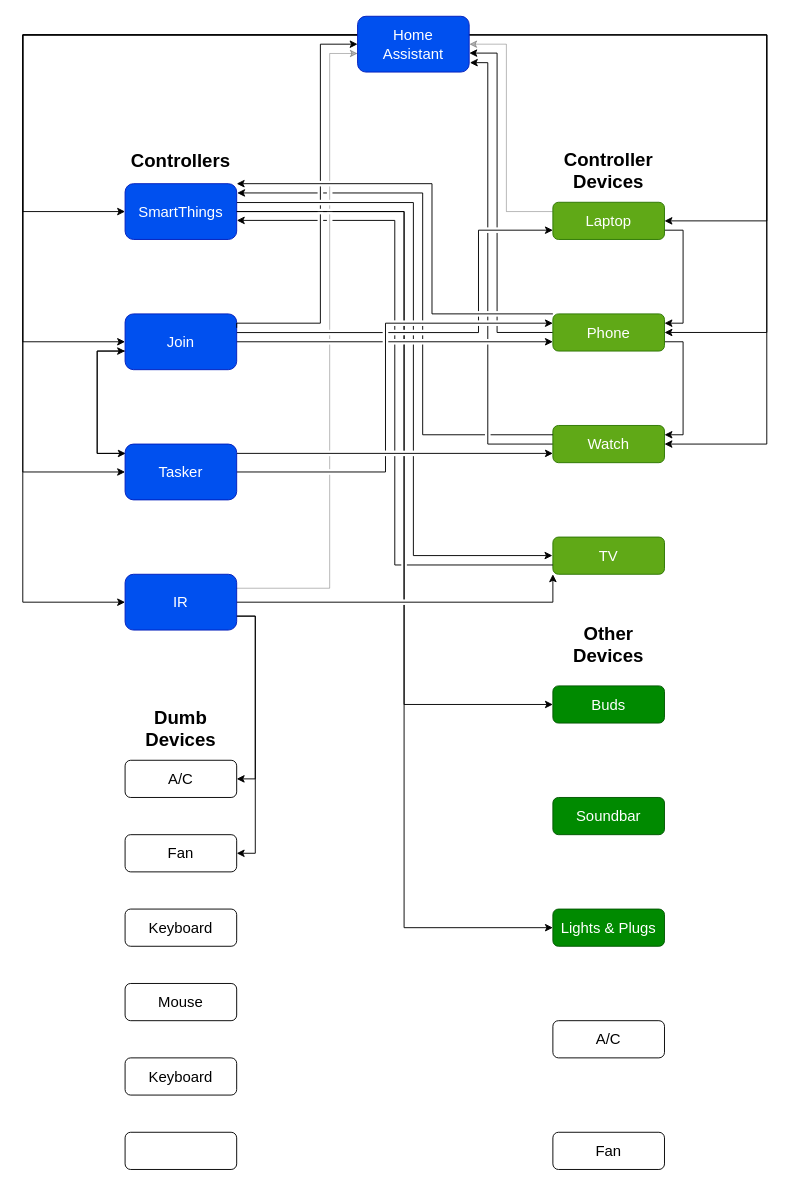
Earlier version of the draw.io diagram Untitled Diagram.drawio (epicnerd1990/mytechlife). Source tidied: cells renumbered, new cells numbered last; positions are measured from the earlier drawing's top-left corner, leaving out a move shared by most shapes. Both pictures are drawn from the tidied source at 93%, with x=0, y=0 at pixel (22, 16).
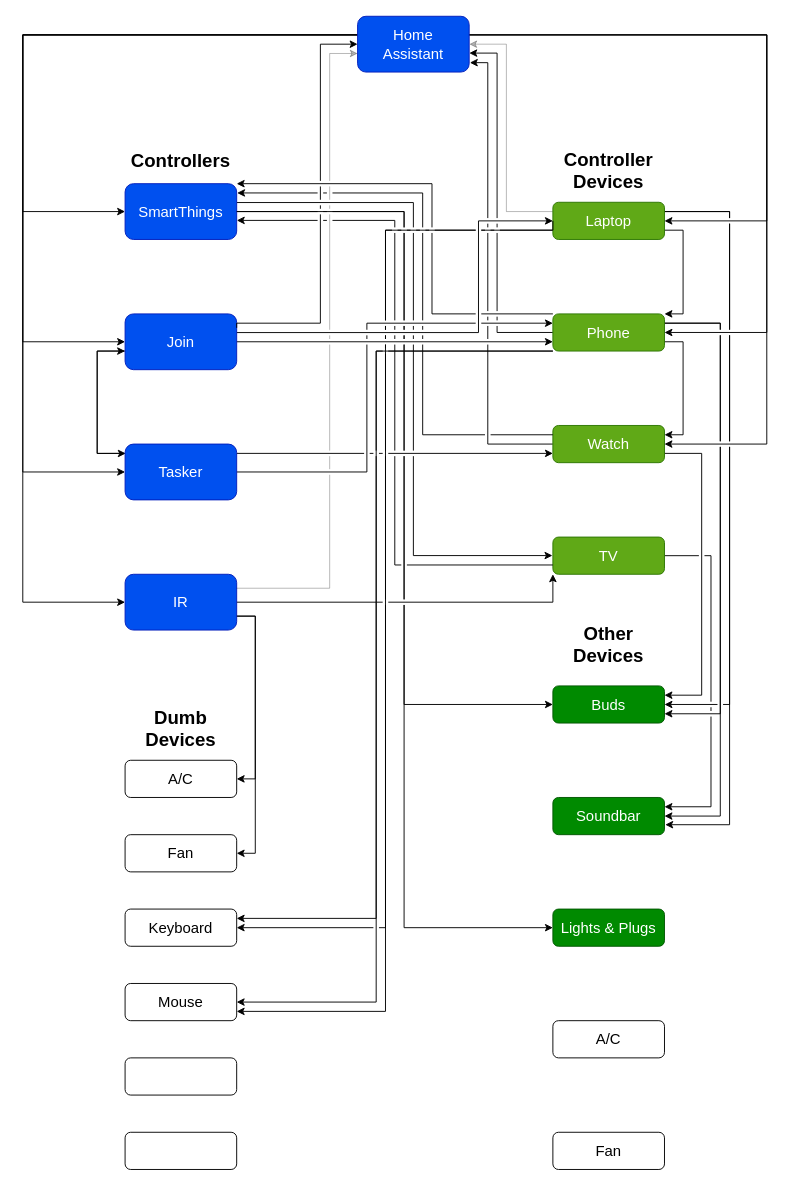
The same diagram, later.

Unchanged cells that the change refers to:
```xml
<mxCell id="10" value="Join" style="rounded=1;whiteSpace=wrap;html=1;fontSize=16;fontStyle=0;fillColor=#0050ef;fontColor=#ffffff;strokeColor=#001DBC;" parent="1" vertex="1">
  <mxGeometry x="110" y="320" width="120" height="60" as="geometry" />
</mxCell>
<mxCell id="25" value="Tasker" style="rounded=1;whiteSpace=wrap;html=1;fontSize=16;fontStyle=0;fillColor=#0050ef;fontColor=#ffffff;strokeColor=#001DBC;" parent="1" vertex="1">
  <mxGeometry x="110" y="460" width="120" height="60" as="geometry" />
</mxCell>
<mxCell id="28" value="Watch" style="rounded=1;whiteSpace=wrap;html=1;fontSize=16;fontStyle=0;fillColor=#60a917;fontColor=#ffffff;strokeColor=#2D7600;" parent="1" vertex="1">
  <mxGeometry x="570" y="440" width="120" height="40" as="geometry" />
</mxCell>
<mxCell id="31" value="Phone" style="rounded=1;whiteSpace=wrap;html=1;fontSize=16;fontStyle=0;fillColor=#60a917;fontColor=#ffffff;strokeColor=#2D7600;" parent="1" vertex="1">
  <mxGeometry x="570" y="320" width="120" height="40" as="geometry" />
</mxCell>
<mxCell id="34" value="Laptop&lt;br&gt;" style="rounded=1;whiteSpace=wrap;html=1;fontSize=16;fontStyle=0;fillColor=#60a917;fontColor=#ffffff;strokeColor=#2D7600;" parent="1" vertex="1">
  <mxGeometry x="570" y="200" width="120" height="40" as="geometry" />
</mxCell>
<mxCell id="35" value="Soundbar" style="rounded=1;whiteSpace=wrap;html=1;fontSize=16;fontStyle=0;fillColor=#008a00;fontColor=#ffffff;strokeColor=#005700;" parent="1" vertex="1">
  <mxGeometry x="570" y="840" width="120" height="40" as="geometry" />
</mxCell>
<mxCell id="36" value="TV" style="rounded=1;whiteSpace=wrap;html=1;fontSize=16;fontStyle=0;fillColor=#60a917;fontColor=#ffffff;strokeColor=#2D7600;" parent="1" vertex="1">
  <mxGeometry x="570" y="560" width="120" height="40" as="geometry" />
</mxCell>
<mxCell id="37" value="Buds" style="rounded=1;whiteSpace=wrap;html=1;fontSize=16;fontStyle=0;fillColor=#008a00;fontColor=#ffffff;strokeColor=#005700;" parent="1" vertex="1">
  <mxGeometry x="570" y="720" width="120" height="40" as="geometry" />
</mxCell>
<mxCell id="42" value="Keyboard" style="rounded=1;whiteSpace=wrap;html=1;fontSize=16;fontStyle=0;" parent="1" vertex="1">
  <mxGeometry x="110" y="960" width="120" height="40" as="geometry" />
</mxCell>
<mxCell id="47" value="Mouse" style="rounded=1;whiteSpace=wrap;html=1;fontSize=16;fontStyle=0;" parent="1" vertex="1">
  <mxGeometry x="110" y="1040" width="120" height="40" as="geometry" />
</mxCell>
```

Diff of the diagram source:
```diff
@@
+    <mxCell id="55" style="edgeStyle=orthogonalEdgeStyle;shape=connector;rounded=0;jumpStyle=gap;jettySize=auto;html=1;exitX=0;exitY=1;exitDx=0;exitDy=0;entryX=1;entryY=0.25;entryDx=0;entryDy=0;labelBackgroundColor=default;strokeColor=default;fontFamily=Helvetica;fontSize=11;fontColor=default;endArrow=classic;" parent="1" edge="1" source="31" target="42">
+      <mxGeometry relative="1" as="geometry">
+        <Array as="points">
+          <mxPoint x="380" y="360" />
+          <mxPoint x="380" y="970" />
+        </Array>
+      </mxGeometry>
+    </mxCell>
+    <mxCell id="7" style="edgeStyle=orthogonalEdgeStyle;rounded=0;jettySize=auto;html=1;entryX=0;entryY=0.75;entryDx=0;entryDy=0;jumpStyle=gap;" parent="1" edge="1" source="10" target="31">
+      <mxGeometry relative="1" as="geometry" />
+    </mxCell>
+    <mxCell id="6" style="edgeStyle=orthogonalEdgeStyle;rounded=0;jettySize=auto;html=1;entryX=0;entryY=0.5;entryDx=0;entryDy=0;jumpStyle=gap;exitX=1;exitY=0.335;exitDx=0;exitDy=0;exitPerimeter=0;" parent="1" edge="1" source="10" target="34">
+      <mxGeometry relative="1" as="geometry">
+        <Array as="points">
+          <mxPoint x="490" y="340" />
+          <mxPoint x="490" y="220" />
+        </Array>
+      </mxGeometry>
+    </mxCell>
+    <mxCell id="5" style="edgeStyle=orthogonalEdgeStyle;shape=connector;rounded=0;jumpStyle=gap;jettySize=auto;html=1;labelBackgroundColor=default;strokeColor=default;fontFamily=Helvetica;fontSize=11;fontColor=default;endArrow=classic;" parent="1" edge="1" source="25" target="31">
+      <mxGeometry relative="1" as="geometry">
+        <Array as="points">
+          <mxPoint x="370" y="490" />
+          <mxPoint x="370" y="330" />
+        </Array>
+      </mxGeometry>
+    </mxCell>
+    <mxCell id="56" style="edgeStyle=orthogonalEdgeStyle;shape=connector;rounded=0;jumpStyle=gap;jettySize=auto;html=1;exitX=0;exitY=0.75;exitDx=0;exitDy=0;labelBackgroundColor=default;strokeColor=default;fontFamily=Helvetica;fontSize=11;fontColor=default;endArrow=classic;" parent="1" edge="1" source="34">
+      <mxGeometry relative="1" as="geometry">
+        <mxPoint x="230" y="1070" as="targetPoint" />
+        <Array as="points">
+          <mxPoint x="390" y="230" />
+          <mxPoint x="390" y="1070" />
+        </Array>
+      </mxGeometry>
+    </mxCell>
+    <mxCell id="3" style="edgeStyle=orthogonalEdgeStyle;shape=connector;rounded=0;jumpStyle=gap;jettySize=auto;html=1;labelBackgroundColor=default;strokeColor=default;fontFamily=Helvetica;fontSize=11;fontColor=default;endArrow=classic;" parent="1" edge="1" source="25" target="28">
+      <mxGeometry relative="1" as="geometry">
+        <Array as="points">
+          <mxPoint x="540" y="470" />
+          <mxPoint x="540" y="470" />
+        </Array>
+      </mxGeometry>
+    </mxCell>
+    <mxCell id="57" style="edgeStyle=orthogonalEdgeStyle;shape=connector;rounded=0;jumpStyle=gap;orthogonalLoop=1;jettySize=auto;html=1;exitX=0;exitY=1;exitDx=0;exitDy=0;entryX=1;entryY=0.5;entryDx=0;entryDy=0;labelBackgroundColor=default;strokeColor=default;fontFamily=Helvetica;fontSize=11;fontColor=default;endArrow=classic;" parent="1" edge="1">
+      <mxGeometry relative="1" as="geometry">
+        <mxPoint x="570" y="360" as="sourcePoint" />
+        <mxPoint x="230" y="1060" as="targetPoint" />
+        <Array as="points">
+          <mxPoint x="380" y="360" />
+          <mxPoint x="380" y="1060" />
+        </Array>
+      </mxGeometry>
+    </mxCell>
@@
-    <mxCell id="3" style="edgeStyle=orthogonalEdgeStyle;shape=connector;rounded=0;jumpStyle=gap;jettySize=auto;html=1;labelBackgroundColor=default;strokeColor=default;fontFamily=Helvetica;fontSize=11;fontColor=default;endArrow=classic;" parent="1" edge="1" source="25" target="28">
-      <mxGeometry relative="1" as="geometry">
-        <Array as="points">
-          <mxPoint x="540" y="470" />
-          <mxPoint x="540" y="470" />
-        </Array>
-      </mxGeometry>
-    </mxCell>
@@
-    <mxCell id="5" style="edgeStyle=orthogonalEdgeStyle;shape=connector;rounded=0;jumpStyle=gap;jettySize=auto;html=1;labelBackgroundColor=default;strokeColor=default;fontFamily=Helvetica;fontSize=11;fontColor=default;endArrow=classic;" parent="1" edge="1" source="25" target="31">
-      <mxGeometry relative="1" as="geometry">
-        <Array as="points">
-          <mxPoint x="390" y="490" />
-          <mxPoint x="390" y="330" />
-        </Array>
-      </mxGeometry>
-    </mxCell>
-    <mxCell id="6" style="edgeStyle=orthogonalEdgeStyle;rounded=0;jettySize=auto;html=1;entryX=0;entryY=0.75;entryDx=0;entryDy=0;jumpStyle=gap;exitX=1;exitY=0.335;exitDx=0;exitDy=0;exitPerimeter=0;" parent="1" edge="1" source="10" target="34">
-      <mxGeometry relative="1" as="geometry">
-        <Array as="points">
-          <mxPoint x="490" y="340" />
-          <mxPoint x="490" y="230" />
-        </Array>
-      </mxGeometry>
-    </mxCell>
-    <mxCell id="7" style="edgeStyle=orthogonalEdgeStyle;rounded=0;jettySize=auto;html=1;entryX=0;entryY=0.75;entryDx=0;entryDy=0;jumpStyle=gap;" parent="1" edge="1" source="10" target="31">
-      <mxGeometry relative="1" as="geometry" />
-    </mxCell>
@@
+    <mxCell id="58" style="edgeStyle=orthogonalEdgeStyle;shape=connector;rounded=0;jumpStyle=gap;jettySize=auto;html=1;exitX=1;exitY=0.75;exitDx=0;exitDy=0;labelBackgroundColor=default;strokeColor=default;fontFamily=Helvetica;fontSize=11;fontColor=default;endArrow=classic;entryX=1;entryY=0.25;entryDx=0;entryDy=0;" parent="1" edge="1" source="28" target="37">
+      <mxGeometry relative="1" as="geometry">
+        <Array as="points">
+          <mxPoint x="730" y="470" />
+          <mxPoint x="730" y="730" />
+        </Array>
+      </mxGeometry>
+    </mxCell>
@@
+    <mxCell id="59" style="edgeStyle=orthogonalEdgeStyle;shape=connector;rounded=0;jumpStyle=gap;jettySize=auto;html=1;exitX=1;exitY=0.25;exitDx=0;exitDy=0;entryX=1;entryY=0.75;entryDx=0;entryDy=0;labelBackgroundColor=default;strokeColor=default;fontFamily=Helvetica;fontSize=11;fontColor=default;endArrow=classic;" parent="1" edge="1" source="31" target="37">
+      <mxGeometry relative="1" as="geometry">
+        <Array as="points">
+          <mxPoint x="750" y="330" />
+          <mxPoint x="750" y="750" />
+        </Array>
+      </mxGeometry>
+    </mxCell>
+    <mxCell id="60" style="edgeStyle=orthogonalEdgeStyle;shape=connector;rounded=0;jumpStyle=gap;jettySize=auto;html=1;exitX=1;exitY=0.25;exitDx=0;exitDy=0;entryX=1;entryY=0.5;entryDx=0;entryDy=0;labelBackgroundColor=default;strokeColor=default;fontFamily=Helvetica;fontSize=11;fontColor=default;endArrow=classic;" parent="1" edge="1" source="31" target="35">
+      <mxGeometry relative="1" as="geometry">
+        <Array as="points">
+          <mxPoint x="750" y="330" />
+          <mxPoint x="750" y="860" />
+        </Array>
+      </mxGeometry>
+    </mxCell>
@@
-    <mxCell id="33" style="edgeStyle=orthogonalEdgeStyle;shape=connector;rounded=0;jumpStyle=gap;jettySize=auto;html=1;exitX=1;exitY=0.75;exitDx=0;exitDy=0;entryX=1;entryY=0.25;entryDx=0;entryDy=0;labelBackgroundColor=default;strokeColor=default;fontFamily=Helvetica;fontSize=11;fontColor=default;endArrow=classic;" parent="1" edge="1" source="34" target="31">
-      <mxGeometry relative="1" as="geometry" />
+    <mxCell id="33" style="edgeStyle=orthogonalEdgeStyle;shape=connector;rounded=0;jumpStyle=gap;jettySize=auto;html=1;exitX=1;exitY=0.75;exitDx=0;exitDy=0;labelBackgroundColor=default;strokeColor=default;fontFamily=Helvetica;fontSize=11;fontColor=default;endArrow=classic;" parent="1" edge="1" source="34">
+      <mxGeometry relative="1" as="geometry">
+        <mxPoint x="690" y="320" as="targetPoint" />
+        <Array as="points">
+          <mxPoint x="710" y="230" />
+          <mxPoint x="710" y="320" />
+          <mxPoint x="690" y="320" />
+        </Array>
+      </mxGeometry>
     </mxCell>
+    <mxCell id="61" style="edgeStyle=orthogonalEdgeStyle;shape=connector;rounded=0;jumpStyle=gap;jettySize=auto;html=1;exitX=1;exitY=0.25;exitDx=0;exitDy=0;entryX=1;entryY=0.5;entryDx=0;entryDy=0;labelBackgroundColor=default;strokeColor=default;fontFamily=Helvetica;fontSize=11;fontColor=default;endArrow=classic;" parent="1" edge="1" source="34" target="37">
+      <mxGeometry relative="1" as="geometry">
+        <Array as="points">
+          <mxPoint x="760" y="210" />
+          <mxPoint x="760" y="740" />
+        </Array>
+      </mxGeometry>
+    </mxCell>
+    <mxCell id="62" style="edgeStyle=orthogonalEdgeStyle;shape=connector;rounded=0;jumpStyle=gap;jettySize=auto;html=1;exitX=1;exitY=0.25;exitDx=0;exitDy=0;entryX=1.007;entryY=0.732;entryDx=0;entryDy=0;labelBackgroundColor=default;strokeColor=default;fontFamily=Helvetica;fontSize=11;fontColor=default;endArrow=classic;entryPerimeter=0;" parent="1" edge="1" source="34" target="35">
+      <mxGeometry relative="1" as="geometry">
+        <Array as="points">
+          <mxPoint x="760" y="210" />
+          <mxPoint x="760" y="870" />
+          <mxPoint x="691" y="870" />
+        </Array>
+      </mxGeometry>
+    </mxCell>
@@
+    <mxCell id="63" style="edgeStyle=orthogonalEdgeStyle;shape=connector;rounded=0;jumpStyle=gap;jettySize=auto;html=1;exitX=1;exitY=0.5;exitDx=0;exitDy=0;entryX=1;entryY=0.25;entryDx=0;entryDy=0;labelBackgroundColor=default;strokeColor=default;fontFamily=Helvetica;fontSize=11;fontColor=default;endArrow=classic;" parent="1" edge="1" source="36" target="35">
+      <mxGeometry relative="1" as="geometry">
+        <Array as="points">
+          <mxPoint x="740" y="580" />
+          <mxPoint x="740" y="850" />
+        </Array>
+      </mxGeometry>
+    </mxCell>
@@
-    <mxCell id="49" value="Keyboard" style="rounded=1;whiteSpace=wrap;html=1;fontSize=16;fontStyle=0;" parent="1" vertex="1">
+    <mxCell id="49" style="rounded=1;whiteSpace=wrap;html=1;fontSize=16;fontStyle=0;" parent="1" vertex="1">
       <mxGeometry x="110" y="1120" width="120" height="40" as="geometry" />
     </mxCell>
@@
+    <mxCell id="64" style="edgeStyle=orthogonalEdgeStyle;shape=connector;rounded=0;jumpStyle=gap;orthogonalLoop=1;jettySize=auto;html=1;exitX=1;exitY=0.75;exitDx=0;exitDy=0;entryX=1;entryY=0.75;entryDx=0;entryDy=0;labelBackgroundColor=default;strokeColor=default;fontFamily=Helvetica;fontSize=11;fontColor=default;endArrow=classic;" parent="1" edge="1" source="47" target="47">
+      <mxGeometry relative="1" as="geometry" />
+    </mxCell>
+    <mxCell id="65" style="edgeStyle=orthogonalEdgeStyle;shape=connector;rounded=0;jumpStyle=gap;jettySize=auto;html=1;exitX=0;exitY=0.5;exitDx=0;exitDy=0;entryX=1;entryY=0.5;entryDx=0;entryDy=0;labelBackgroundColor=default;strokeColor=default;fontFamily=Helvetica;fontSize=11;fontColor=default;endArrow=classic;" parent="1" edge="1" source="34" target="42">
+      <mxGeometry relative="1" as="geometry">
+        <Array as="points">
+          <mxPoint x="570" y="230" />
+          <mxPoint x="390" y="230" />
+          <mxPoint x="390" y="980" />
+        </Array>
+      </mxGeometry>
+    </mxCell>
```
